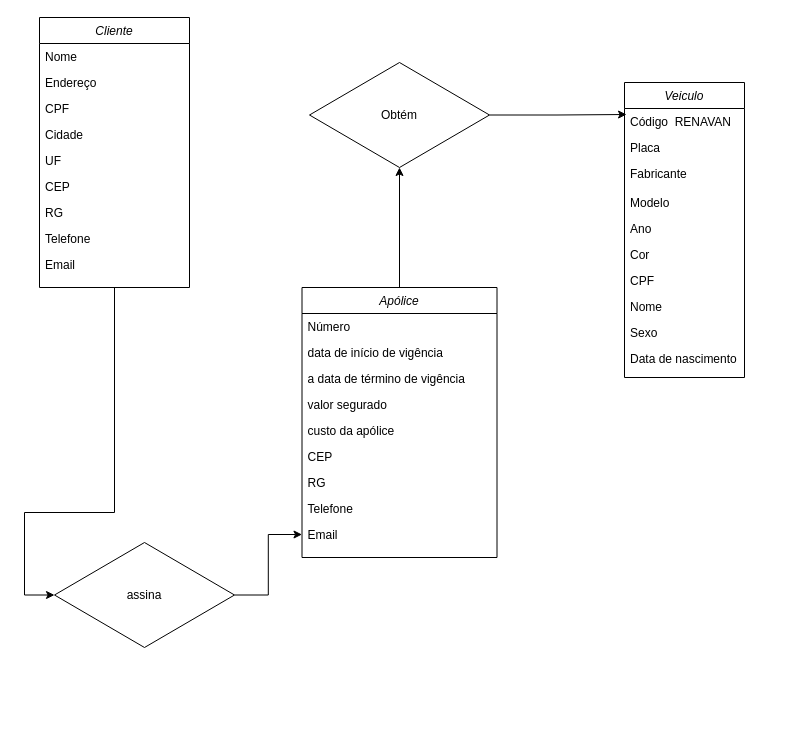
Above: texture/Diagrama sem nome.drawio in GustavoSouza12/3D-Cube (draw.io), before the change. Source tidied: cells renumbered, new cells numbered last; positions are measured from the earlier drawing's top-left corner, leaving out a move shared by most shapes. Both pictures are drawn from the tidied source at 100%, with x=0, y=0 at pixel (24, 17).
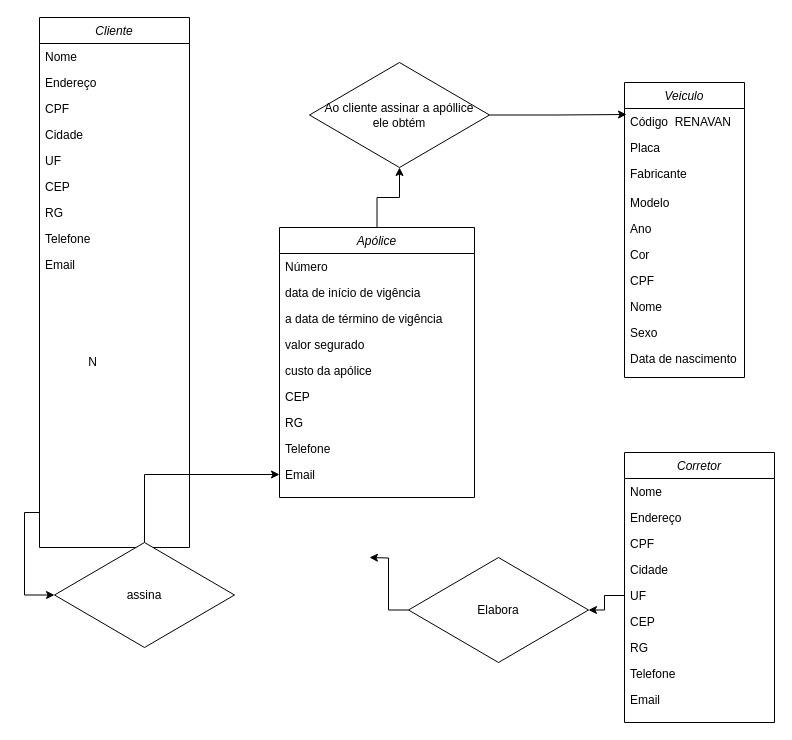
The same diagram, later.

Change to the diagram source:
```diff
@@
     <mxCell id="3" value="Cliente" style="swimlane;fontStyle=2;align=center;verticalAlign=top;horizontal=1;startSize=26;rounded=0;shadow=0;strokeWidth=1;" parent="1" vertex="1">
-      <mxGeometry x="15" width="150" height="270" as="geometry" />
+      <mxGeometry x="15" width="150" height="530" as="geometry" />
     </mxCell>
@@
     <mxCell id="25" value="Apólice" style="swimlane;fontStyle=2;align=center;verticalAlign=top;horizontal=1;startSize=26;rounded=0;shadow=0;strokeWidth=1;" parent="1" vertex="1">
-      <mxGeometry x="277.5" y="270" width="195" height="270" as="geometry" />
+      <mxGeometry x="255" y="210" width="195" height="270" as="geometry" />
     </mxCell>
@@
-    <mxCell id="38" value="Obtém" style="rhombus;whiteSpace=wrap;html=1;" parent="1" vertex="1">
+    <mxCell id="38" value="Ao cliente assinar a apóllice&lt;br&gt;ele obtém" style="rhombus;whiteSpace=wrap;html=1;" parent="1" vertex="1">
       <mxGeometry x="285" y="45" width="180" height="105" as="geometry" />
     </mxCell>
+    <mxCell id="39" value="N" style="text;html=1;align=center;verticalAlign=middle;strokeColor=none;fillColor=none;" parent="1" vertex="1">
+      <mxGeometry x="45" y="330" width="45" height="30" as="geometry" />
+    </mxCell>
+    <mxCell id="40" value="Corretor" style="swimlane;fontStyle=2;align=center;verticalAlign=top;horizontal=1;startSize=26;rounded=0;shadow=0;strokeWidth=1;" parent="1" vertex="1">
+      <mxGeometry x="600" y="435" width="150" height="270" as="geometry" />
+    </mxCell>
+    <mxCell id="41" value="Nome" style="text;align=left;verticalAlign=top;spacingLeft=4;spacingRight=4;overflow=hidden;" parent="40" vertex="1">
+      <mxGeometry y="26" width="150" height="26" as="geometry" />
+    </mxCell>
+    <mxCell id="42" value="Endereço" style="text;align=left;verticalAlign=top;spacingLeft=4;spacingRight=4;overflow=hidden;" parent="40" vertex="1">
+      <mxGeometry y="52" width="150" height="26" as="geometry" />
+    </mxCell>
+    <mxCell id="43" value="CPF" style="text;align=left;verticalAlign=top;spacingLeft=4;spacingRight=4;overflow=hidden;rounded=0;shadow=0;html=0;" parent="40" vertex="1">
+      <mxGeometry y="78" width="150" height="26" as="geometry" />
+    </mxCell>
+    <mxCell id="44" value="Cidade" style="text;align=left;verticalAlign=top;spacingLeft=4;spacingRight=4;overflow=hidden;" parent="40" vertex="1">
+      <mxGeometry y="104" width="150" height="26" as="geometry" />
+    </mxCell>
+    <mxCell id="45" value="UF" style="text;align=left;verticalAlign=top;spacingLeft=4;spacingRight=4;overflow=hidden;points=[[0,0.5],[1,0.5]];portConstraint=eastwest;" parent="40" vertex="1">
+      <mxGeometry y="130" width="150" height="26" as="geometry" />
+    </mxCell>
+    <mxCell id="46" value="CEP" style="text;align=left;verticalAlign=top;spacingLeft=4;spacingRight=4;overflow=hidden;" parent="40" vertex="1">
+      <mxGeometry y="156" width="150" height="26" as="geometry" />
+    </mxCell>
+    <mxCell id="47" value="RG" style="text;align=left;verticalAlign=top;spacingLeft=4;spacingRight=4;overflow=hidden;rounded=0;shadow=0;html=0;" parent="40" vertex="1">
+      <mxGeometry y="182" width="150" height="26" as="geometry" />
+    </mxCell>
+    <mxCell id="48" value="Telefone" style="text;align=left;verticalAlign=top;spacingLeft=4;spacingRight=4;overflow=hidden;" parent="40" vertex="1">
+      <mxGeometry y="208" width="150" height="26" as="geometry" />
+    </mxCell>
+    <mxCell id="49" value="Email" style="text;align=left;verticalAlign=top;spacingLeft=4;spacingRight=4;overflow=hidden;" parent="40" vertex="1">
+      <mxGeometry y="234" width="150" height="26" as="geometry" />
+    </mxCell>
+    <mxCell id="50" style="edgeStyle=orthogonalEdgeStyle;rounded=0;jettySize=auto;html=1;" parent="1" edge="1" source="51">
+      <mxGeometry relative="1" as="geometry">
+        <mxPoint x="345" y="540" as="targetPoint" />
+      </mxGeometry>
+    </mxCell>
+    <mxCell id="51" value="Elabora" style="rhombus;whiteSpace=wrap;html=1;" parent="1" vertex="1">
+      <mxGeometry x="384" y="540" width="180" height="105" as="geometry" />
+    </mxCell>
+    <mxCell id="52" style="edgeStyle=orthogonalEdgeStyle;rounded=0;jettySize=auto;html=1;" parent="1" edge="1" source="45" target="51">
+      <mxGeometry relative="1" as="geometry" />
+    </mxCell>
```
